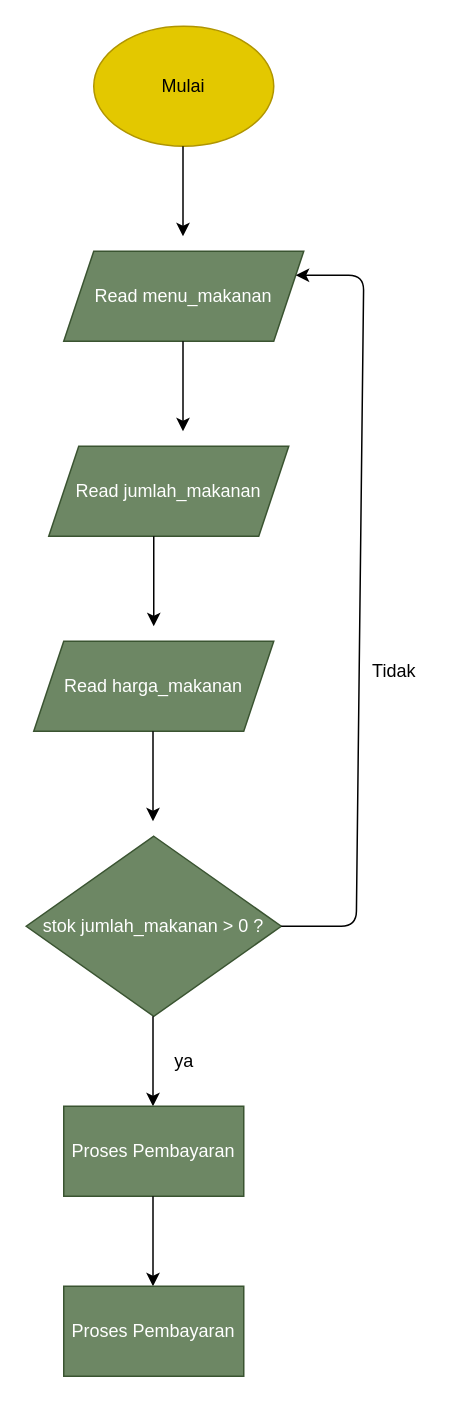
gabryella-apriani-sinaga/Gabryella_Apriani_Sinaga-Order_Makanan_via_Online keeps this draw.io diagram as flowchart-fe2848059.drawio. Above is the earlier version. Source tidied: cells renumbered, new cells numbered last; positions are measured from the earlier drawing's top-left corner, leaving out a move shared by most shapes. Both pictures are drawn from the tidied source at 150%, with x=0, y=0 at pixel (26, 26).
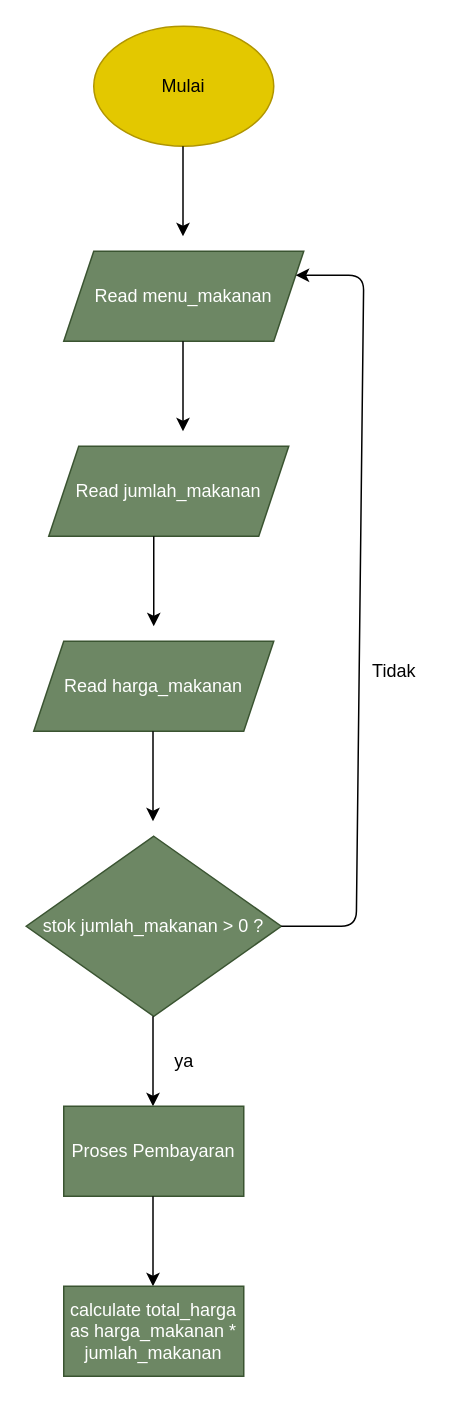
The same page after the edit.

Commit message:
make new state 'calculate total_harga as harga_makanan * jumlah_makanan'

Diff of the diagram source:
```diff
@@
-    <mxCell id="16" style="endArrow=classic;html=1;" parent="1" edge="1">
-      <mxGeometry relative="1" as="geometry">
-        <mxPoint x="84.5" y="780" as="sourcePoint" />
-        <mxPoint x="84.5" y="840" as="targetPoint" />
-      </mxGeometry>
-    </mxCell>
-    <mxCell id="17" value="Proses Pembayaran" style="rounded=0;whiteSpace=wrap;html=1;fillColor=#6d8764;fontColor=#ffffff;strokeColor=#3A5431;" parent="1" vertex="1">
-      <mxGeometry x="25" y="840" width="120" height="60" as="geometry" />
-    </mxCell>
+    <mxCell id="18" style="endArrow=classic;html=1;" parent="1" edge="1">
+      <mxGeometry relative="1" as="geometry">
+        <mxPoint x="84.5" y="780" as="sourcePoint" />
+        <mxPoint x="84.5" y="840" as="targetPoint" />
+      </mxGeometry>
+    </mxCell>
+    <mxCell id="19" value="calculate total_harga as harga_makanan * jumlah_makanan" style="rounded=0;whiteSpace=wrap;html=1;fillColor=#6d8764;fontColor=#ffffff;strokeColor=#3A5431;" parent="1" vertex="1">
+      <mxGeometry x="25" y="840" width="120" height="60" as="geometry" />
+    </mxCell>
```
